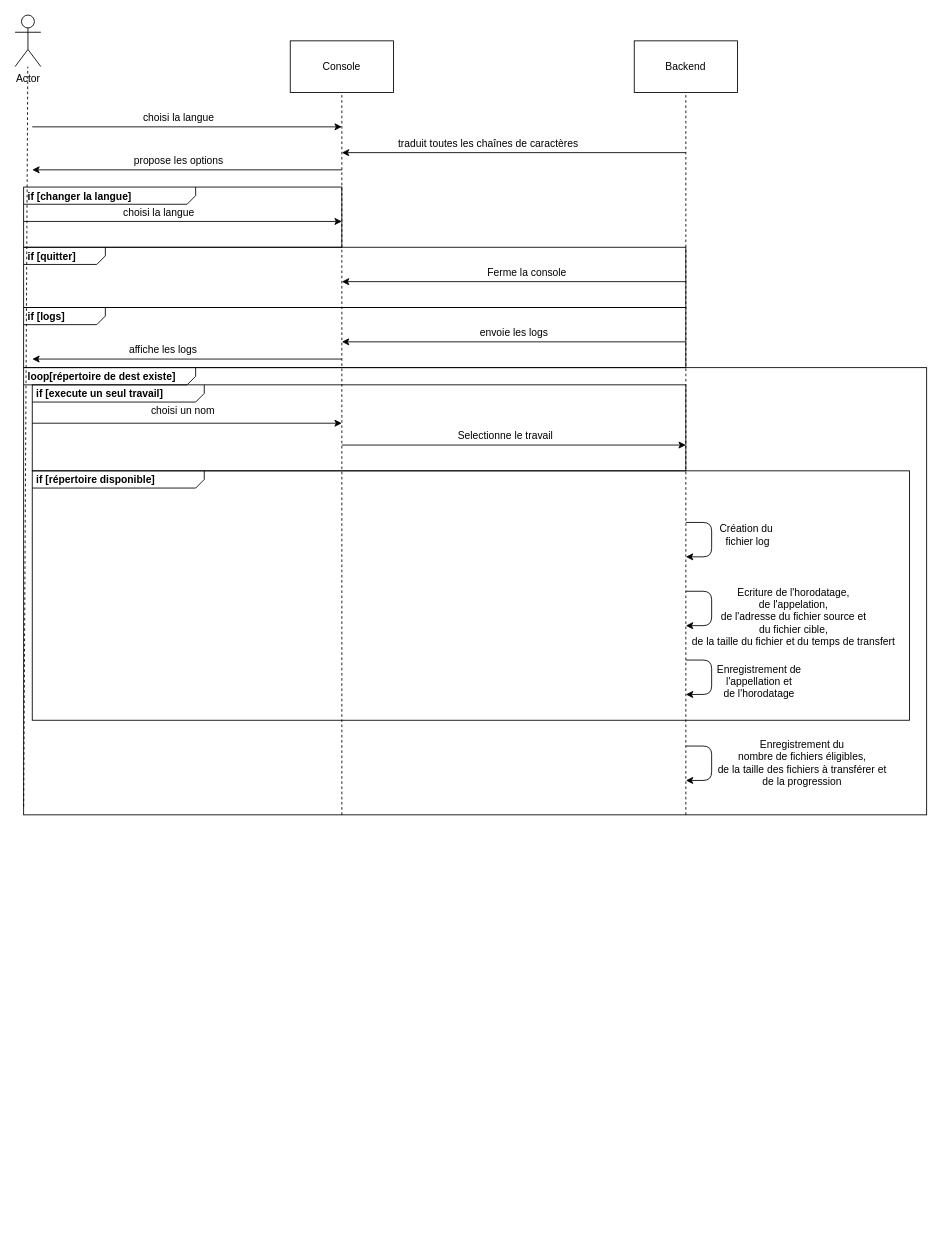
This is Livrable 1/Diagramme_sequence_PS.drawio from AxokGit/ProgrammationSystemeG1, a draw.io file, before an edit. Source tidied: cells renumbered, new cells numbered last; positions are measured from the earlier drawing's top-left corner, leaving out a move shared by most shapes. Both pictures are drawn from the tidied source at 86%, with x=0, y=0 at pixel (15, 15).
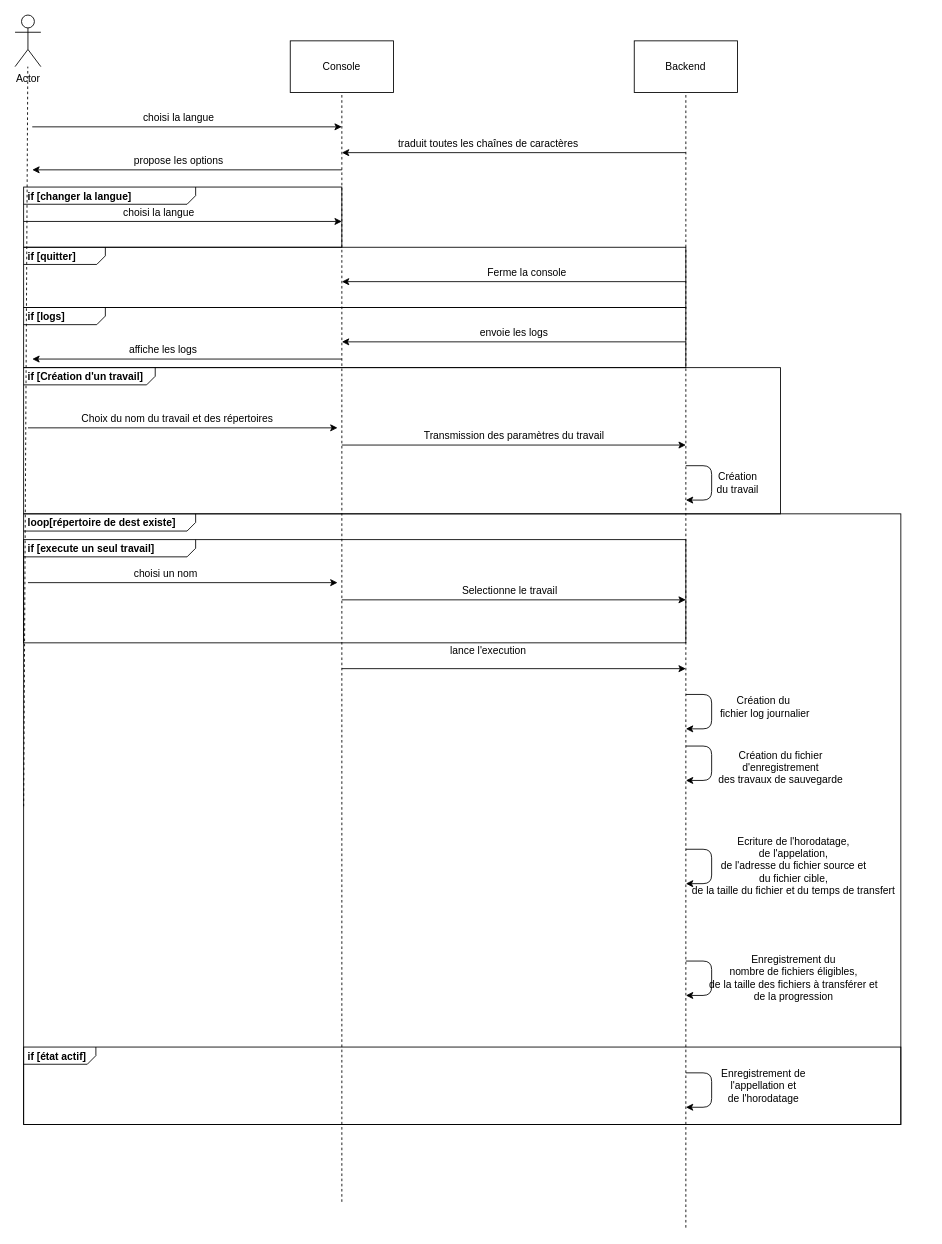
The same diagram, later.

Unchanged cells that the change refers to:
```xml
<mxCell id="4" value="Console" style="rounded=0;whiteSpace=wrap;html=1;" parent="1" vertex="1">
  <mxGeometry x="320" y="30" width="120" height="60" as="geometry" />
</mxCell>
<mxCell id="5" value="Backend" style="rounded=0;whiteSpace=wrap;html=1;" parent="1" vertex="1">
  <mxGeometry x="720" y="30" width="120" height="60" as="geometry" />
</mxCell>
```

The edit, as a diff of the source:
```diff
@@
     <mxCell id="6" style="endArrow=none;dashed=1;html=1;entryX=0.5;entryY=1;entryDx=0;entryDy=0;" parent="1" edge="1" target="4">
       <mxGeometry relative="1" as="geometry">
-        <mxPoint x="380" y="930" as="sourcePoint" />
+        <mxPoint x="380" y="1380" as="sourcePoint" />
       </mxGeometry>
     </mxCell>
     <mxCell id="7" style="endArrow=none;dashed=1;html=1;entryX=0.5;entryY=1;entryDx=0;entryDy=0;" parent="1" edge="1" target="5">
       <mxGeometry relative="1" as="geometry">
-        <mxPoint x="780" y="930" as="sourcePoint" />
+        <mxPoint x="780" y="1410" as="sourcePoint" />
       </mxGeometry>
     </mxCell>
@@
     <mxCell id="25" value="&lt;p style=&quot;margin: 0px ; margin-top: 4px ; margin-left: 5px ; text-align: left&quot;&gt;&lt;b&gt;loop[répertoire de dest existe]&lt;/b&gt;&lt;/p&gt;" style="html=1;shape=mxgraph.sysml.package;overflow=fill;labelX=200.49;align=left;spacingLeft=5;verticalAlign=top;spacingTop=-3;hachureGap=4;fillColor=none;" parent="1" vertex="1">
-      <mxGeometry x="10" y="410" width="1050" height="520" as="geometry" />
+      <mxGeometry x="10" y="580" width="1020" height="710" as="geometry" />
     </mxCell>
-    <mxCell id="26" value="&lt;p style=&quot;margin: 0px ; margin-top: 4px ; margin-left: 5px ; text-align: left&quot;&gt;&lt;b&gt;if [répertoire disponible]&lt;/b&gt;&lt;/p&gt;" style="html=1;shape=mxgraph.sysml.package;overflow=fill;labelX=200.49;align=left;spacingLeft=5;verticalAlign=top;spacingTop=-3;hachureGap=4;fillColor=none;" parent="1" vertex="1">
-      <mxGeometry x="20" y="530" width="1020" height="290" as="geometry" />
-    </mxCell>
     <mxCell id="27" style="endArrow=classic;html=1;" parent="1" edge="1">
       <mxGeometry relative="1" as="geometry">
-        <mxPoint x="20" y="474.6" as="sourcePoint" />
-        <mxPoint x="380" y="474.6" as="targetPoint" />
+        <mxPoint x="15" y="660" as="sourcePoint" />
+        <mxPoint x="375" y="660" as="targetPoint" />
       </mxGeometry>
     </mxCell>
     <mxCell id="28" value="choisi un nom" style="text;html=1;align=center;verticalAlign=middle;" parent="1" vertex="1">
-      <mxGeometry x="150" y="450" width="90" height="20" as="geometry" />
+      <mxGeometry x="130" y="640" width="90" height="20" as="geometry" />
     </mxCell>
     <mxCell id="29" style="endArrow=classic;html=1;" parent="1" edge="1">
       <mxGeometry relative="1" as="geometry">
-        <mxPoint x="780" y="590" as="sourcePoint" />
-        <mxPoint x="780" y="630" as="targetPoint" />
+        <mxPoint x="780" y="790" as="sourcePoint" />
+        <mxPoint x="780" y="830" as="targetPoint" />
         <Array as="points">
-          <mxPoint x="810" y="590" />
-          <mxPoint x="810" y="630" />
+          <mxPoint x="810" y="790" />
+          <mxPoint x="810" y="830" />
         </Array>
       </mxGeometry>
     </mxCell>
-    <mxCell id="30" style="endArrow=classic;html=1;" parent="1" edge="1">
-      <mxGeometry relative="1" as="geometry">
-        <mxPoint x="780" y="670" as="sourcePoint" />
-        <mxPoint x="780" y="710" as="targetPoint" />
-        <Array as="points">
-          <mxPoint x="810" y="670" />
-          <mxPoint x="810" y="710" />
-        </Array>
-      </mxGeometry>
-    </mxCell>
-    <mxCell id="31" style="endArrow=classic;html=1;" parent="1" edge="1">
-      <mxGeometry relative="1" as="geometry">
-        <mxPoint x="780" y="750" as="sourcePoint" />
-        <mxPoint x="780" y="790" as="targetPoint" />
-        <Array as="points">
-          <mxPoint x="810" y="750" />
-          <mxPoint x="810" y="790" />
-        </Array>
-      </mxGeometry>
-    </mxCell>
@@
     <mxCell id="33" value="&lt;p style=&quot;margin: 0px ; margin-top: 4px ; margin-left: 5px ; text-align: left&quot;&gt;&lt;b&gt;if [execute un seul travail]&lt;/b&gt;&lt;/p&gt;" style="html=1;shape=mxgraph.sysml.package;overflow=fill;labelX=200.49;align=left;spacingLeft=5;verticalAlign=top;spacingTop=-3;hachureGap=4;fillColor=none;" parent="1" vertex="1">
-      <mxGeometry x="20" y="430" width="760" height="100" as="geometry" />
+      <mxGeometry x="10" y="610" width="770" height="120" as="geometry" />
     </mxCell>
     <mxCell id="34" style="endArrow=classic;html=1;" parent="1" edge="1">
       <mxGeometry relative="1" as="geometry">
-        <mxPoint x="380" y="500" as="sourcePoint" />
-        <mxPoint x="780" y="500" as="targetPoint" />
+        <mxPoint x="380" y="680" as="sourcePoint" />
+        <mxPoint x="780" y="680" as="targetPoint" />
       </mxGeometry>
     </mxCell>
     <mxCell id="35" value="Selectionne le travail" style="text;html=1;align=center;verticalAlign=middle;" parent="1" vertex="1">
-      <mxGeometry x="505" y="480" width="130" height="20" as="geometry" />
+      <mxGeometry x="510" y="660" width="130" height="20" as="geometry" />
     </mxCell>
-    <mxCell id="36" value="Création du&lt;br&gt;&amp;nbsp;fichier log" style="text;html=1;align=center;verticalAlign=middle;" parent="1" vertex="1">
-      <mxGeometry x="810" y="590" width="80" height="30" as="geometry" />
+    <mxCell id="36" value="Création du&lt;br&gt;&amp;nbsp;fichier log journalier" style="text;html=1;align=center;verticalAlign=middle;" parent="1" vertex="1">
+      <mxGeometry x="810" y="790" width="120" height="30" as="geometry" />
     </mxCell>
     <mxCell id="37" value="&lt;span&gt;Ecriture de l'horodatage, &lt;br&gt;de l'appelation, &lt;br&gt;de l'adresse du fichier source et &lt;br&gt;du fichier cible, &lt;br&gt;de la taille du fichier et du temps de transfert&lt;/span&gt;" style="text;html=1;align=center;verticalAlign=middle;" parent="1" vertex="1">
-      <mxGeometry x="780" y="660" width="250" height="80" as="geometry" />
+      <mxGeometry x="780" y="950" width="250" height="80" as="geometry" />
     </mxCell>
     <mxCell id="38" value="&lt;span&gt;Enregistrement de &lt;br&gt;l'appellation et &lt;br&gt;de l'horodatage&lt;/span&gt;" style="text;html=1;align=center;verticalAlign=middle;" parent="1" vertex="1">
-      <mxGeometry x="810" y="750" width="110" height="50" as="geometry" />
+      <mxGeometry x="815" y="1220" width="110" height="50" as="geometry" />
     </mxCell>
     <mxCell id="39" value="&lt;span&gt;Enregistrement du &lt;br&gt;nombre de fichiers éligibles, &lt;br&gt;de la taille des fichiers à transférer et &lt;br&gt;de la progression&lt;/span&gt;" style="text;html=1;align=center;verticalAlign=middle;" parent="1" vertex="1">
-      <mxGeometry x="810" y="840" width="210" height="60" as="geometry" />
+      <mxGeometry x="800" y="1090" width="210" height="60" as="geometry" />
     </mxCell>
+    <mxCell id="40" style="endArrow=classic;html=1;" parent="1" edge="1">
+      <mxGeometry relative="1" as="geometry">
+        <mxPoint x="15" y="480" as="sourcePoint" />
+        <mxPoint x="375" y="480" as="targetPoint" />
+      </mxGeometry>
+    </mxCell>
+    <mxCell id="41" value="Choix du nom du travail et des répertoires&amp;nbsp;" style="text;html=1;align=center;verticalAlign=middle;" parent="1" vertex="1">
+      <mxGeometry x="70" y="460" width="240" height="20" as="geometry" />
+    </mxCell>
+    <mxCell id="42" style="endArrow=classic;html=1;" parent="1" edge="1">
+      <mxGeometry relative="1" as="geometry">
+        <mxPoint x="380" y="500" as="sourcePoint" />
+        <mxPoint x="780" y="500" as="targetPoint" />
+      </mxGeometry>
+    </mxCell>
+    <mxCell id="43" value="Transmission des paramètres du travail" style="text;html=1;align=center;verticalAlign=middle;" parent="1" vertex="1">
+      <mxGeometry x="465" y="480" width="230" height="20" as="geometry" />
+    </mxCell>
+    <mxCell id="44" style="endArrow=classic;html=1;" parent="1" edge="1">
+      <mxGeometry relative="1" as="geometry">
+        <mxPoint x="780" y="524" as="sourcePoint" />
+        <mxPoint x="780" y="564" as="targetPoint" />
+        <Array as="points">
+          <mxPoint x="810" y="524" />
+          <mxPoint x="810" y="564" />
+        </Array>
+      </mxGeometry>
+    </mxCell>
+    <mxCell id="45" value="Création &lt;br&gt;du travail" style="text;html=1;align=center;verticalAlign=middle;" parent="1" vertex="1">
+      <mxGeometry x="810" y="529" width="60" height="30" as="geometry" />
+    </mxCell>
+    <mxCell id="46" value="&lt;p style=&quot;margin: 0px ; margin-top: 4px ; margin-left: 5px ; text-align: left&quot;&gt;&lt;b&gt;if [Création d'un travail]&lt;/b&gt;&lt;/p&gt;" style="html=1;shape=mxgraph.sysml.package;overflow=fill;labelX=153.24;align=left;spacingLeft=5;verticalAlign=top;spacingTop=-3;hachureGap=4;fillColor=none;" parent="1" vertex="1">
+      <mxGeometry x="10" y="410" width="880" height="170" as="geometry" />
+    </mxCell>
+    <mxCell id="47" style="endArrow=classic;html=1;" parent="1" edge="1">
+      <mxGeometry relative="1" as="geometry">
+        <mxPoint x="380" y="760" as="sourcePoint" />
+        <mxPoint x="780" y="760" as="targetPoint" />
+      </mxGeometry>
+    </mxCell>
+    <mxCell id="48" value="lance l'execution" style="text;html=1;align=center;verticalAlign=middle;" parent="1" vertex="1">
+      <mxGeometry x="500" y="730" width="100" height="20" as="geometry" />
+    </mxCell>
+    <mxCell id="49" style="endArrow=classic;html=1;" parent="1" edge="1">
+      <mxGeometry relative="1" as="geometry">
+        <mxPoint x="780" y="1100" as="sourcePoint" />
+        <mxPoint x="780" y="1140" as="targetPoint" />
+        <Array as="points">
+          <mxPoint x="810" y="1100" />
+          <mxPoint x="810" y="1140" />
+        </Array>
+      </mxGeometry>
+    </mxCell>
+    <mxCell id="50" style="endArrow=classic;html=1;" parent="1" edge="1">
+      <mxGeometry relative="1" as="geometry">
+        <mxPoint x="780" y="970" as="sourcePoint" />
+        <mxPoint x="780" y="1010" as="targetPoint" />
+        <Array as="points">
+          <mxPoint x="810" y="970" />
+          <mxPoint x="810" y="1010" />
+        </Array>
+      </mxGeometry>
+    </mxCell>
+    <mxCell id="51" value="Création du fichier &lt;br&gt;d'enregistrement &lt;br&gt;des travaux de sauvegarde" style="text;html=1;align=center;verticalAlign=middle;" parent="1" vertex="1">
+      <mxGeometry x="810" y="850" width="160" height="50" as="geometry" />
+    </mxCell>
+    <mxCell id="52" style="endArrow=classic;html=1;" parent="1" edge="1">
+      <mxGeometry relative="1" as="geometry">
+        <mxPoint x="780" y="1230" as="sourcePoint" />
+        <mxPoint x="780" y="1270" as="targetPoint" />
+        <Array as="points">
+          <mxPoint x="810" y="1230" />
+          <mxPoint x="810" y="1270" />
+        </Array>
+      </mxGeometry>
+    </mxCell>
+    <mxCell id="53" value="&lt;p style=&quot;margin: 0px ; margin-top: 4px ; margin-left: 5px ; text-align: left&quot;&gt;&lt;b&gt;if [état actif]&lt;/b&gt;&lt;/p&gt;" style="html=1;shape=mxgraph.sysml.package;overflow=fill;labelX=84.59;align=left;spacingLeft=5;verticalAlign=top;spacingTop=-3;hachureGap=4;fillColor=none;" parent="1" vertex="1">
+      <mxGeometry x="10" y="1200" width="1020" height="90" as="geometry" />
+    </mxCell>
```
